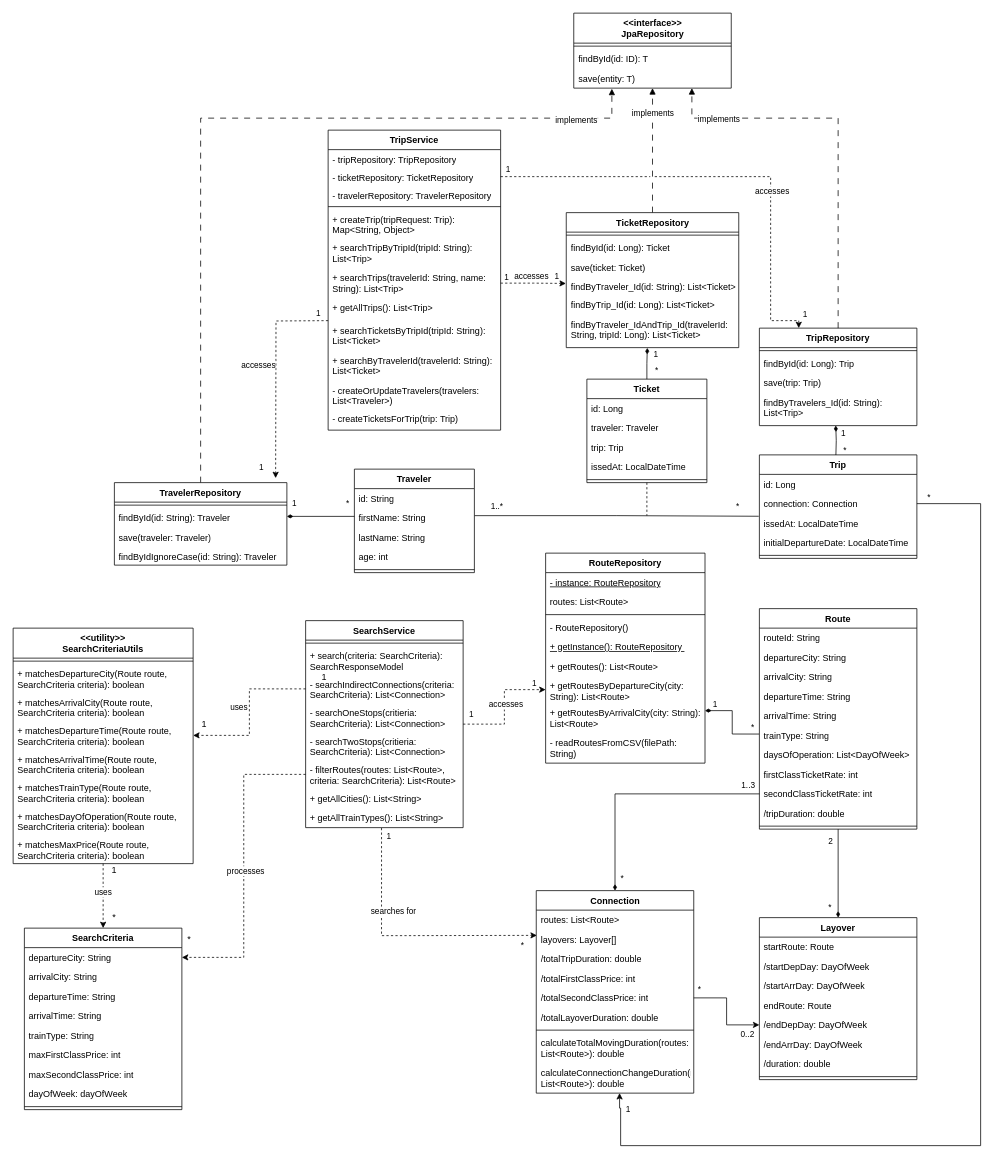
Earlier version of the draw.io diagram documentation/iteration-4/src/class-diagram.drawio (aninnda/SOEN342_PROJECT). Source tidied: cells renumbered, new cells numbered last; positions are measured from the earlier drawing's top-left corner, leaving out a move shared by most shapes. Both pictures are drawn from the tidied source at 75%, with x=0, y=0 at pixel (13, 13).
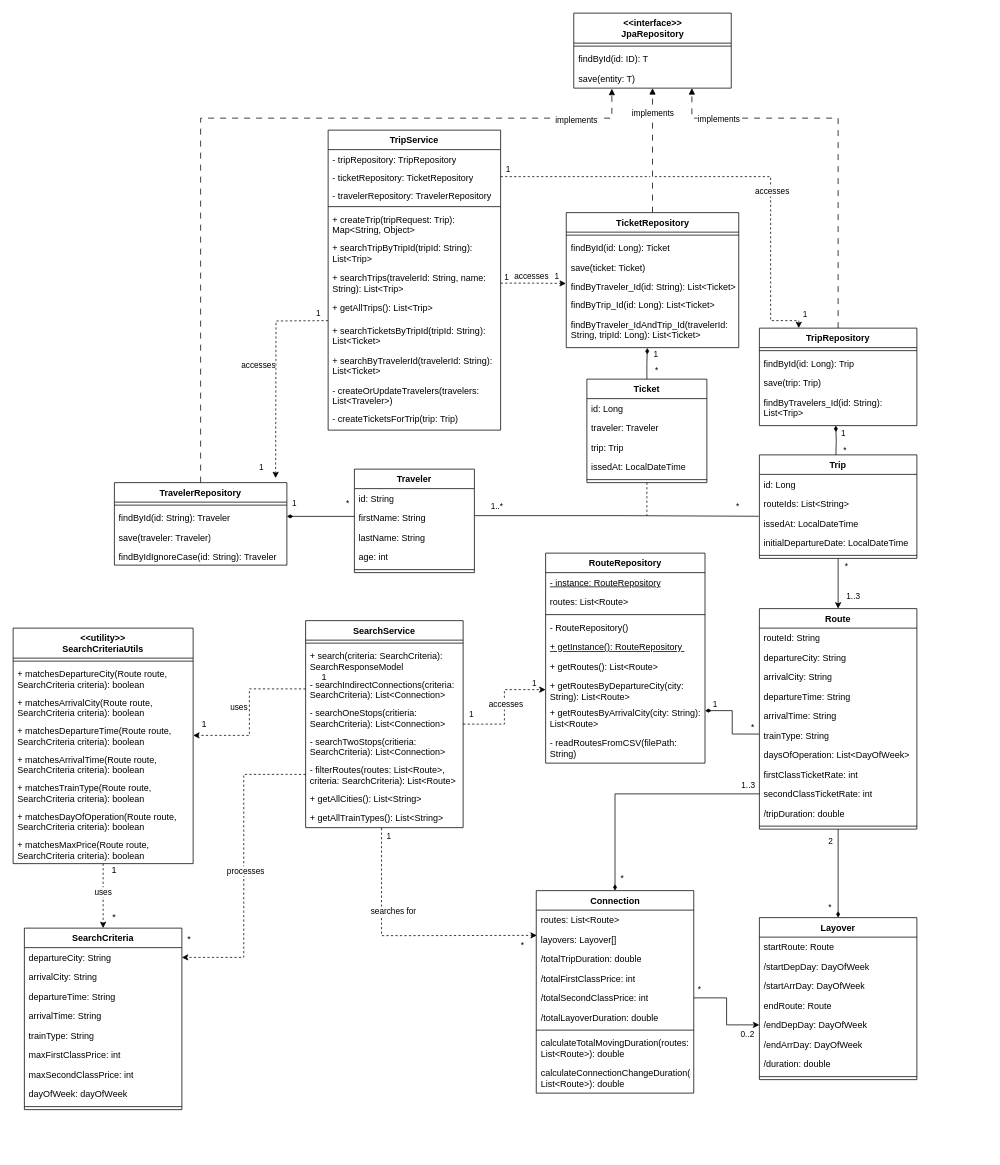
The same diagram, later.

Commit message (it also covers changes not shown here):
Update class diagram (link trip to routes via routeIds, not connections)

The change refers to these unchanged cells:
```xml
<mxCell id="37" value="Trip" style="swimlane;fontStyle=1;align=center;verticalAlign=top;horizontal=1;startSize=26;whiteSpace=wrap;html=1;" parent="1" vertex="1">
  <mxGeometry x="995" y="589" width="210" height="138" as="geometry" />
</mxCell>
<mxCell id="46" value="Route" style="swimlane;fontStyle=1;align=center;verticalAlign=top;horizontal=1;startSize=26;whiteSpace=wrap;html=1;" parent="1" vertex="1">
  <mxGeometry x="995" y="794" width="210" height="294" as="geometry" />
</mxCell>
<mxCell id="76" value="calculateConnectionChangeDuration(routes: List&amp;lt;Route&amp;gt;): double" style="text;strokeColor=none;fillColor=none;align=left;verticalAlign=top;spacingLeft=4;spacingRight=4;overflow=hidden;points=[[0,0.5],[1,0.5]];portConstraint=eastwest;whiteSpace=wrap;html=1;" parent="67" vertex="1">
  <mxGeometry y="230" width="210" height="40" as="geometry" />
</mxCell>
```

What changed in the source:
```diff
@@
+    <mxCell id="188" style="edgeStyle=orthogonalEdgeStyle;rounded=0;jettySize=auto;html=1;entryX=0.5;entryY=0;entryDx=0;entryDy=0;" parent="1" edge="1" source="37" target="46">
+      <mxGeometry relative="1" as="geometry" />
+    </mxCell>
+    <mxCell id="159" value="*" style="edgeLabel;html=1;align=center;verticalAlign=middle;" parent="188" vertex="1">
+      <mxGeometry x="-0.71" relative="1" as="geometry">
+        <mxPoint x="10" as="offset" />
+      </mxGeometry>
+    </mxCell>
+    <mxCell id="189" value="1..3" style="edgeLabel;html=1;align=center;verticalAlign=middle;" parent="188" vertex="1">
+      <mxGeometry x="0.47" y="-1" relative="1" as="geometry">
+        <mxPoint x="20" as="offset" />
+      </mxGeometry>
+    </mxCell>
@@
-    <mxCell id="39" value="connection: Connection" style="text;strokeColor=none;fillColor=none;align=left;verticalAlign=top;spacingLeft=4;spacingRight=4;overflow=hidden;points=[[0,0.5],[1,0.5]];portConstraint=eastwest;whiteSpace=wrap;html=1;" parent="37" vertex="1">
+    <mxCell id="39" value="routeIds: List&amp;lt;String&amp;gt;" style="text;strokeColor=none;fillColor=none;align=left;verticalAlign=top;spacingLeft=4;spacingRight=4;overflow=hidden;points=[[0,0.5],[1,0.5]];portConstraint=eastwest;whiteSpace=wrap;html=1;" parent="37" vertex="1">
       <mxGeometry y="52" width="210" height="26" as="geometry" />
     </mxCell>
@@
-    <mxCell id="158" style="edgeStyle=orthogonalEdgeStyle;rounded=0;jettySize=auto;html=1;entryX=0.529;entryY=0.998;entryDx=0;entryDy=0;entryPerimeter=0;" parent="1" edge="1" source="39" target="76">
-      <mxGeometry relative="1" as="geometry">
-        <Array as="points">
-          <mxPoint x="1290" y="654" />
-          <mxPoint x="1290" y="1510" />
-          <mxPoint x="810" y="1510" />
-          <mxPoint x="810" y="1460" />
-          <mxPoint x="809" y="1460" />
-        </Array>
-      </mxGeometry>
-    </mxCell>
-    <mxCell id="159" value="*" style="edgeLabel;html=1;align=center;verticalAlign=middle;" parent="158" vertex="1">
-      <mxGeometry x="-0.98" relative="1" as="geometry">
-        <mxPoint y="-10" as="offset" />
-      </mxGeometry>
-    </mxCell>
-    <mxCell id="160" value="1" style="edgeLabel;html=1;align=center;verticalAlign=middle;" parent="158" vertex="1">
-      <mxGeometry x="0.97" y="1" relative="1" as="geometry">
-        <mxPoint x="10" as="offset" />
-      </mxGeometry>
-    </mxCell>
```
